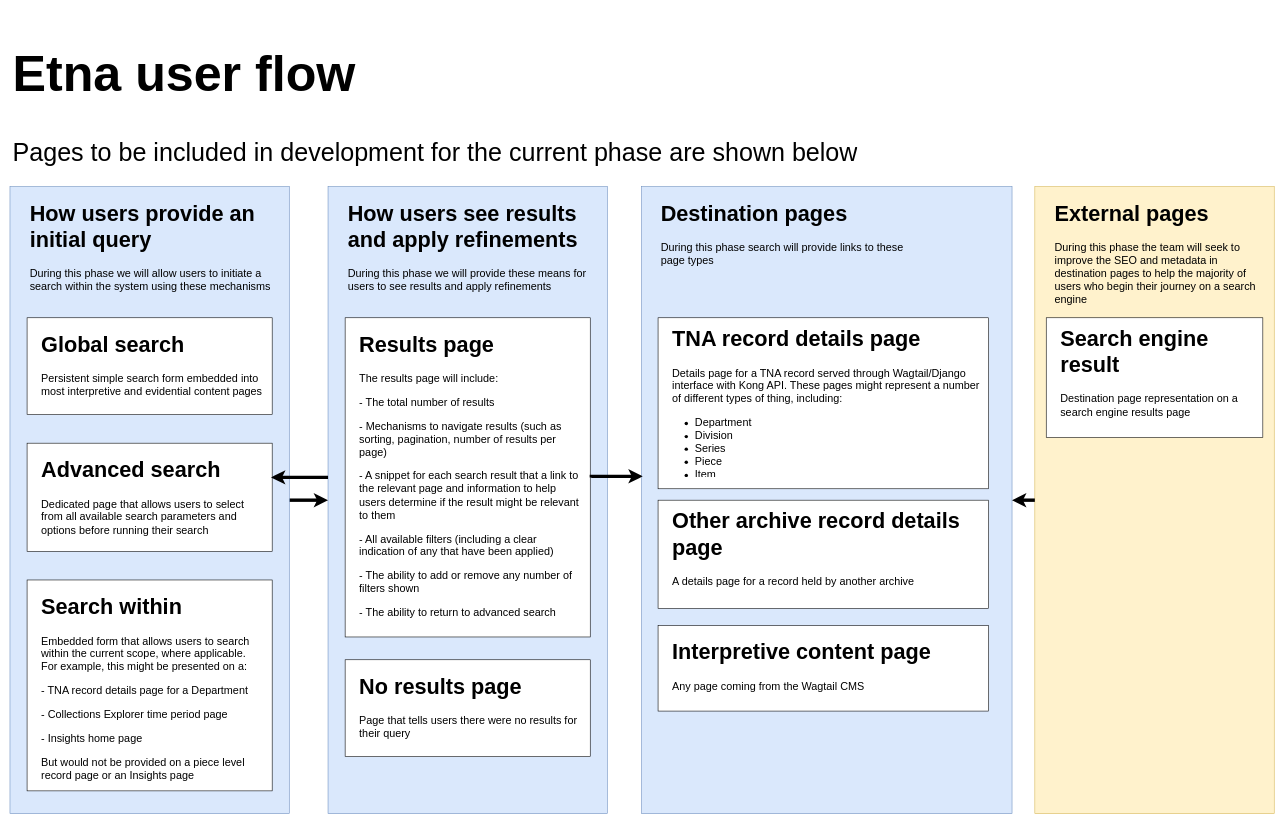
This is Iterations/0.0.0/0.0.0.drawio.xml from nationalarchives/ds-etna-search-plan, a draw.io file, before an edit. Source tidied: cells renumbered, new cells numbered last; positions are measured from the earlier drawing's top-left corner, leaving out a move shared by most shapes. Both pictures are drawn from the tidied source at 57%, with x=0, y=0 at pixel (10, 15).
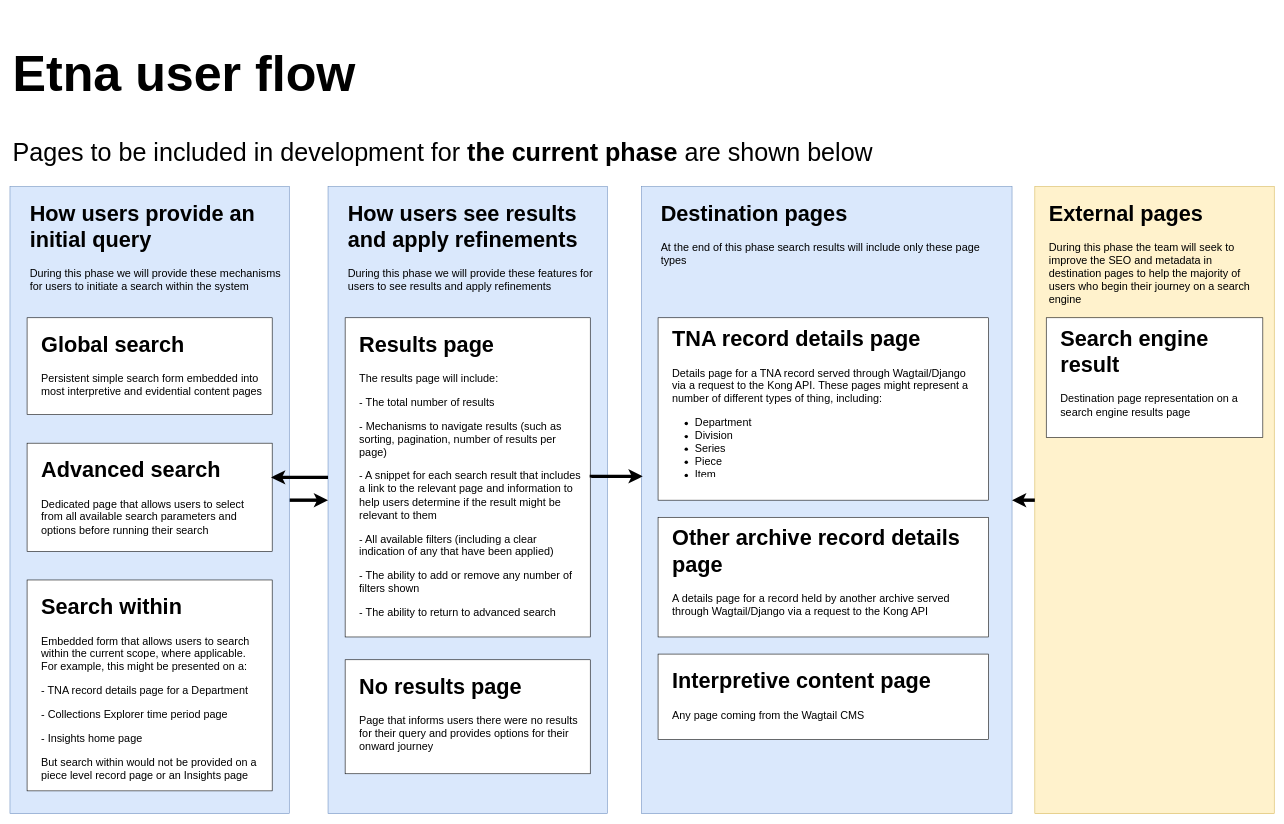
The same diagram, later.

What changed in the source:
```diff
@@
-    <mxCell id="7" value="&lt;h1&gt;Etna user flow&lt;/h1&gt;&lt;p&gt;Pages to be included in development for the current phase are shown below&lt;/p&gt;" style="text;html=1;strokeColor=none;fillColor=none;spacing=5;spacingTop=-20;whiteSpace=wrap;overflow=hidden;rounded=0;fontSize=44;" parent="1" vertex="1">
+    <mxCell id="7" value="&lt;h1&gt;Etna user flow&lt;/h1&gt;&lt;p&gt;Pages to be included in development for &lt;b&gt;the current phase&lt;/b&gt; are shown below&lt;/p&gt;" style="text;html=1;strokeColor=none;fillColor=none;spacing=5;spacingTop=-20;whiteSpace=wrap;overflow=hidden;rounded=0;fontSize=44;" parent="1" vertex="1">
       <mxGeometry width="1750" height="300" as="geometry" />
     </mxCell>
@@
-    <mxCell id="12" value="&lt;h1&gt;Search within&lt;/h1&gt;&lt;p&gt;Embedded form that allows users to search within the current scope, where applicable. For example, this might be presented on a:&lt;/p&gt;&lt;p&gt;- TNA record details page for a Department&lt;/p&gt;&lt;p&gt;- Collections Explorer time period page&lt;/p&gt;&lt;p&gt;- Insights home page&lt;/p&gt;&lt;p&gt;But would not be provided on a piece level record page or an Insights page&lt;/p&gt;" style="text;html=1;strokeColor=none;fillColor=none;spacing=5;spacingTop=-20;whiteSpace=wrap;overflow=hidden;rounded=0;fontSize=19;" parent="1" vertex="1">
+    <mxCell id="12" value="&lt;h1&gt;Search within&lt;/h1&gt;&lt;p&gt;Embedded form that allows users to search within the current scope, where applicable. For example, this might be presented on a:&lt;/p&gt;&lt;p&gt;- TNA record details page for a Department&lt;/p&gt;&lt;p&gt;- Collections Explorer time period page&lt;/p&gt;&lt;p&gt;- Insights home page&lt;/p&gt;&lt;p&gt;But search within would not be provided on a piece level record page or an Insights page&lt;/p&gt;" style="text;html=1;strokeColor=none;fillColor=none;spacing=5;spacingTop=-20;whiteSpace=wrap;overflow=hidden;rounded=0;fontSize=19;" parent="1" vertex="1">
       <mxGeometry x="50" y="1000" width="400" height="360" as="geometry" />
     </mxCell>
-    <mxCell id="13" value="&lt;h1&gt;How users provide an initial query&lt;/h1&gt;&lt;p&gt;During this phase we will allow users to initiate a search within the system using these mechanisms&amp;nbsp;&lt;/p&gt;" style="text;html=1;strokeColor=none;fillColor=none;spacing=5;spacingTop=-20;whiteSpace=wrap;overflow=hidden;rounded=0;fontSize=19;" parent="1" vertex="1">
+    <mxCell id="13" value="&lt;h1&gt;How users provide an initial query&lt;/h1&gt;&lt;p&gt;During this phase we will provide these mechanisms for users to initiate a search within the system&lt;/p&gt;" style="text;html=1;strokeColor=none;fillColor=none;spacing=5;spacingTop=-20;whiteSpace=wrap;overflow=hidden;rounded=0;fontSize=19;" parent="1" vertex="1">
       <mxGeometry x="30" y="310" width="450" height="200" as="geometry" />
     </mxCell>
-    <mxCell id="14" value="&lt;h1&gt;How users see results and apply refinements&lt;/h1&gt;&lt;p&gt;During this phase we will provide these means for users to see results and apply refinements&amp;nbsp;&lt;/p&gt;" style="text;html=1;strokeColor=none;fillColor=none;spacing=5;spacingTop=-20;whiteSpace=wrap;overflow=hidden;rounded=0;fontSize=19;" parent="1" vertex="1">
+    <mxCell id="14" value="&lt;h1&gt;How users see results and apply refinements&lt;/h1&gt;&lt;p&gt;During this phase we will provide these features for users to see results and apply refinements&amp;nbsp;&lt;/p&gt;" style="text;html=1;strokeColor=none;fillColor=none;spacing=5;spacingTop=-20;whiteSpace=wrap;overflow=hidden;rounded=0;fontSize=19;" parent="1" vertex="1">
       <mxGeometry x="588" y="310" width="450" height="200" as="geometry" />
     </mxCell>
@@
-    <mxCell id="16" value="&lt;h1&gt;Results page&lt;/h1&gt;&lt;p&gt;The results page will include:&lt;/p&gt;&lt;p&gt;- The total number of results&amp;nbsp;&lt;/p&gt;&lt;p&gt;- Mechanisms to navigate results (such as sorting, pagination, number of results per page)&lt;/p&gt;&lt;p&gt;- A snippet for each search result that a link to the relevant page and information to help users determine if the result might be relevant to them&lt;/p&gt;&lt;p&gt;- All available filters (including a clear indication of any that have been applied)&lt;/p&gt;&lt;p&gt;- The ability to add or remove any number of filters shown&lt;/p&gt;&lt;p&gt;- The ability to return to advanced search&lt;/p&gt;" style="text;html=1;strokeColor=none;fillColor=none;spacing=5;spacingTop=-20;whiteSpace=wrap;overflow=hidden;rounded=0;fontSize=19;" parent="1" vertex="1">
+    <mxCell id="16" value="&lt;h1&gt;Results page&lt;/h1&gt;&lt;p&gt;The results page will include:&lt;/p&gt;&lt;p&gt;- The total number of results&amp;nbsp;&lt;/p&gt;&lt;p&gt;- Mechanisms to navigate results (such as sorting, pagination, number of results per page)&lt;/p&gt;&lt;p&gt;- A snippet for each search result that includes a link to the relevant page and information to help users determine if the result might be relevant to them&lt;/p&gt;&lt;p&gt;- All available filters (including a clear indication of any that have been applied)&lt;/p&gt;&lt;p&gt;- The ability to add or remove any number of filters shown&lt;/p&gt;&lt;p&gt;- The ability to return to advanced search&lt;/p&gt;" style="text;html=1;strokeColor=none;fillColor=none;spacing=5;spacingTop=-20;whiteSpace=wrap;overflow=hidden;rounded=0;fontSize=19;" parent="1" vertex="1">
       <mxGeometry x="608" y="540" width="400" height="530" as="geometry" />
     </mxCell>
@@
     <mxCell id="18" style="rounded=0;whiteSpace=wrap;html=1;fontSize=19;" parent="1" vertex="1">
-      <mxGeometry x="588" y="1130" width="430" height="170" as="geometry" />
+      <mxGeometry x="588" y="1130" width="430" height="200" as="geometry" />
     </mxCell>
-    <mxCell id="19" value="&lt;h1&gt;No results page&lt;/h1&gt;&lt;p&gt;Page that tells users there were no results for their query&lt;/p&gt;" style="text;html=1;strokeColor=none;fillColor=none;spacing=5;spacingTop=-20;whiteSpace=wrap;overflow=hidden;rounded=0;fontSize=19;" parent="1" vertex="1">
+    <mxCell id="19" value="&lt;h1&gt;No results page&lt;/h1&gt;&lt;p&gt;Page that informs users there were no results for their query and provides options for their onward journey&lt;/p&gt;" style="text;html=1;strokeColor=none;fillColor=none;spacing=5;spacingTop=-20;whiteSpace=wrap;overflow=hidden;rounded=0;fontSize=19;" parent="1" vertex="1">
       <mxGeometry x="608" y="1140" width="400" height="200" as="geometry" />
     </mxCell>
@@
-    <mxCell id="21" value="&lt;h1&gt;Destination pages&lt;/h1&gt;&lt;p&gt;During this phase search will provide links to these page types&amp;nbsp;&lt;/p&gt;" style="text;html=1;strokeColor=none;fillColor=none;spacing=5;spacingTop=-20;whiteSpace=wrap;overflow=hidden;rounded=0;fontSize=19;" parent="1" vertex="1">
-      <mxGeometry x="1137" y="310" width="450" height="200" as="geometry" />
+    <mxCell id="21" value="&lt;h1&gt;Destination pages&lt;/h1&gt;&lt;p&gt;At the end of this phase search results will include only these page types&amp;nbsp;&lt;/p&gt;" style="text;html=1;strokeColor=none;fillColor=none;spacing=5;spacingTop=-20;whiteSpace=wrap;overflow=hidden;rounded=0;fontSize=19;" parent="1" vertex="1">
+      <mxGeometry x="1137" y="310" width="596" height="200" as="geometry" />
     </mxCell>
     <mxCell id="22" style="rounded=0;whiteSpace=wrap;html=1;fontSize=19;" parent="1" vertex="1">
-      <mxGeometry x="1137" y="530" width="580" height="300" as="geometry" />
+      <mxGeometry x="1137" y="530" width="580" height="320" as="geometry" />
     </mxCell>
-    <mxCell id="23" value="&lt;h1&gt;TNA record details page&lt;/h1&gt;&lt;div&gt;Details page for a TNA record served through Wagtail/Django interface with Kong API. These pages might represent a number of different types of thing, including:&lt;/div&gt;&lt;ul&gt;&lt;li&gt;Department&lt;/li&gt;&lt;li&gt;Division&lt;/li&gt;&lt;li&gt;Series&lt;/li&gt;&lt;li&gt;Piece&lt;/li&gt;&lt;li&gt;Item&lt;/li&gt;&lt;/ul&gt;&lt;p&gt;&lt;/p&gt;" style="text;html=1;strokeColor=none;fillColor=none;spacing=5;spacingTop=-20;whiteSpace=wrap;overflow=hidden;rounded=0;fontSize=19;" parent="1" vertex="1">
+    <mxCell id="23" value="&lt;h1&gt;TNA record details page&lt;/h1&gt;&lt;div&gt;Details page for a TNA record served through Wagtail/Django via a request to the Kong API. These pages might represent a number of different types of thing, including:&lt;/div&gt;&lt;ul&gt;&lt;li&gt;Department&lt;/li&gt;&lt;li&gt;Division&lt;/li&gt;&lt;li&gt;Series&lt;/li&gt;&lt;li&gt;Piece&lt;/li&gt;&lt;li&gt;Item&lt;/li&gt;&lt;/ul&gt;&lt;p&gt;&lt;/p&gt;" style="text;html=1;strokeColor=none;fillColor=none;spacing=5;spacingTop=-20;whiteSpace=wrap;overflow=hidden;rounded=0;fontSize=19;" parent="1" vertex="1">
       <mxGeometry x="1157" y="530" width="550" height="280" as="geometry" />
     </mxCell>
     <mxCell id="24" style="rounded=0;whiteSpace=wrap;html=1;fontSize=19;" parent="1" vertex="1">
-      <mxGeometry x="1137" y="850" width="580" height="190" as="geometry" />
+      <mxGeometry x="1137" y="880" width="580" height="210" as="geometry" />
     </mxCell>
-    <mxCell id="25" value="&lt;h1&gt;Other archive record details page&lt;/h1&gt;&lt;div&gt;A details page for a record held by another archive&lt;/div&gt;&lt;p&gt;&lt;/p&gt;" style="text;html=1;strokeColor=none;fillColor=none;spacing=5;spacingTop=-20;whiteSpace=wrap;overflow=hidden;rounded=0;fontSize=19;" parent="1" vertex="1">
-      <mxGeometry x="1157" y="850" width="540" height="180" as="geometry" />
+    <mxCell id="25" value="&lt;h1&gt;Other archive record details page&lt;/h1&gt;&lt;div&gt;A details page for a record held by another archive served through Wagtail/Django via a request to the Kong API&lt;/div&gt;&lt;p&gt;&lt;/p&gt;" style="text;html=1;strokeColor=none;fillColor=none;spacing=5;spacingTop=-20;whiteSpace=wrap;overflow=hidden;rounded=0;fontSize=19;" parent="1" vertex="1">
+      <mxGeometry x="1157" y="880" width="540" height="180" as="geometry" />
     </mxCell>
     <mxCell id="26" style="rounded=0;whiteSpace=wrap;html=1;fontSize=19;" parent="1" vertex="1">
-      <mxGeometry x="1137" y="1070" width="580" height="150" as="geometry" />
+      <mxGeometry x="1137" y="1120" width="580" height="150" as="geometry" />
     </mxCell>
     <mxCell id="27" value="&lt;h1&gt;Interpretive content page&lt;/h1&gt;&lt;div&gt;Any page coming from the Wagtail CMS&lt;/div&gt;&lt;p&gt;&lt;/p&gt;" style="text;html=1;strokeColor=none;fillColor=none;spacing=5;spacingTop=-20;whiteSpace=wrap;overflow=hidden;rounded=0;fontSize=19;" parent="1" vertex="1">
-      <mxGeometry x="1157" y="1080" width="540" height="130" as="geometry" />
+      <mxGeometry x="1157" y="1130" width="540" height="130" as="geometry" />
     </mxCell>
@@
     <mxCell id="29" value="&lt;h1&gt;External pages&lt;/h1&gt;&lt;p&gt;During this phase the team will seek to improve the SEO and metadata in destination pages to help the majority of users who begin their journey on a search engine&lt;/p&gt;" style="text;html=1;strokeColor=none;fillColor=none;spacing=5;spacingTop=-20;whiteSpace=wrap;overflow=hidden;rounded=0;fontSize=19;" parent="1" vertex="1">
-      <mxGeometry x="1828" y="310" width="370" height="200" as="geometry" />
+      <mxGeometry x="1818" y="310" width="370" height="200" as="geometry" />
     </mxCell>
```
